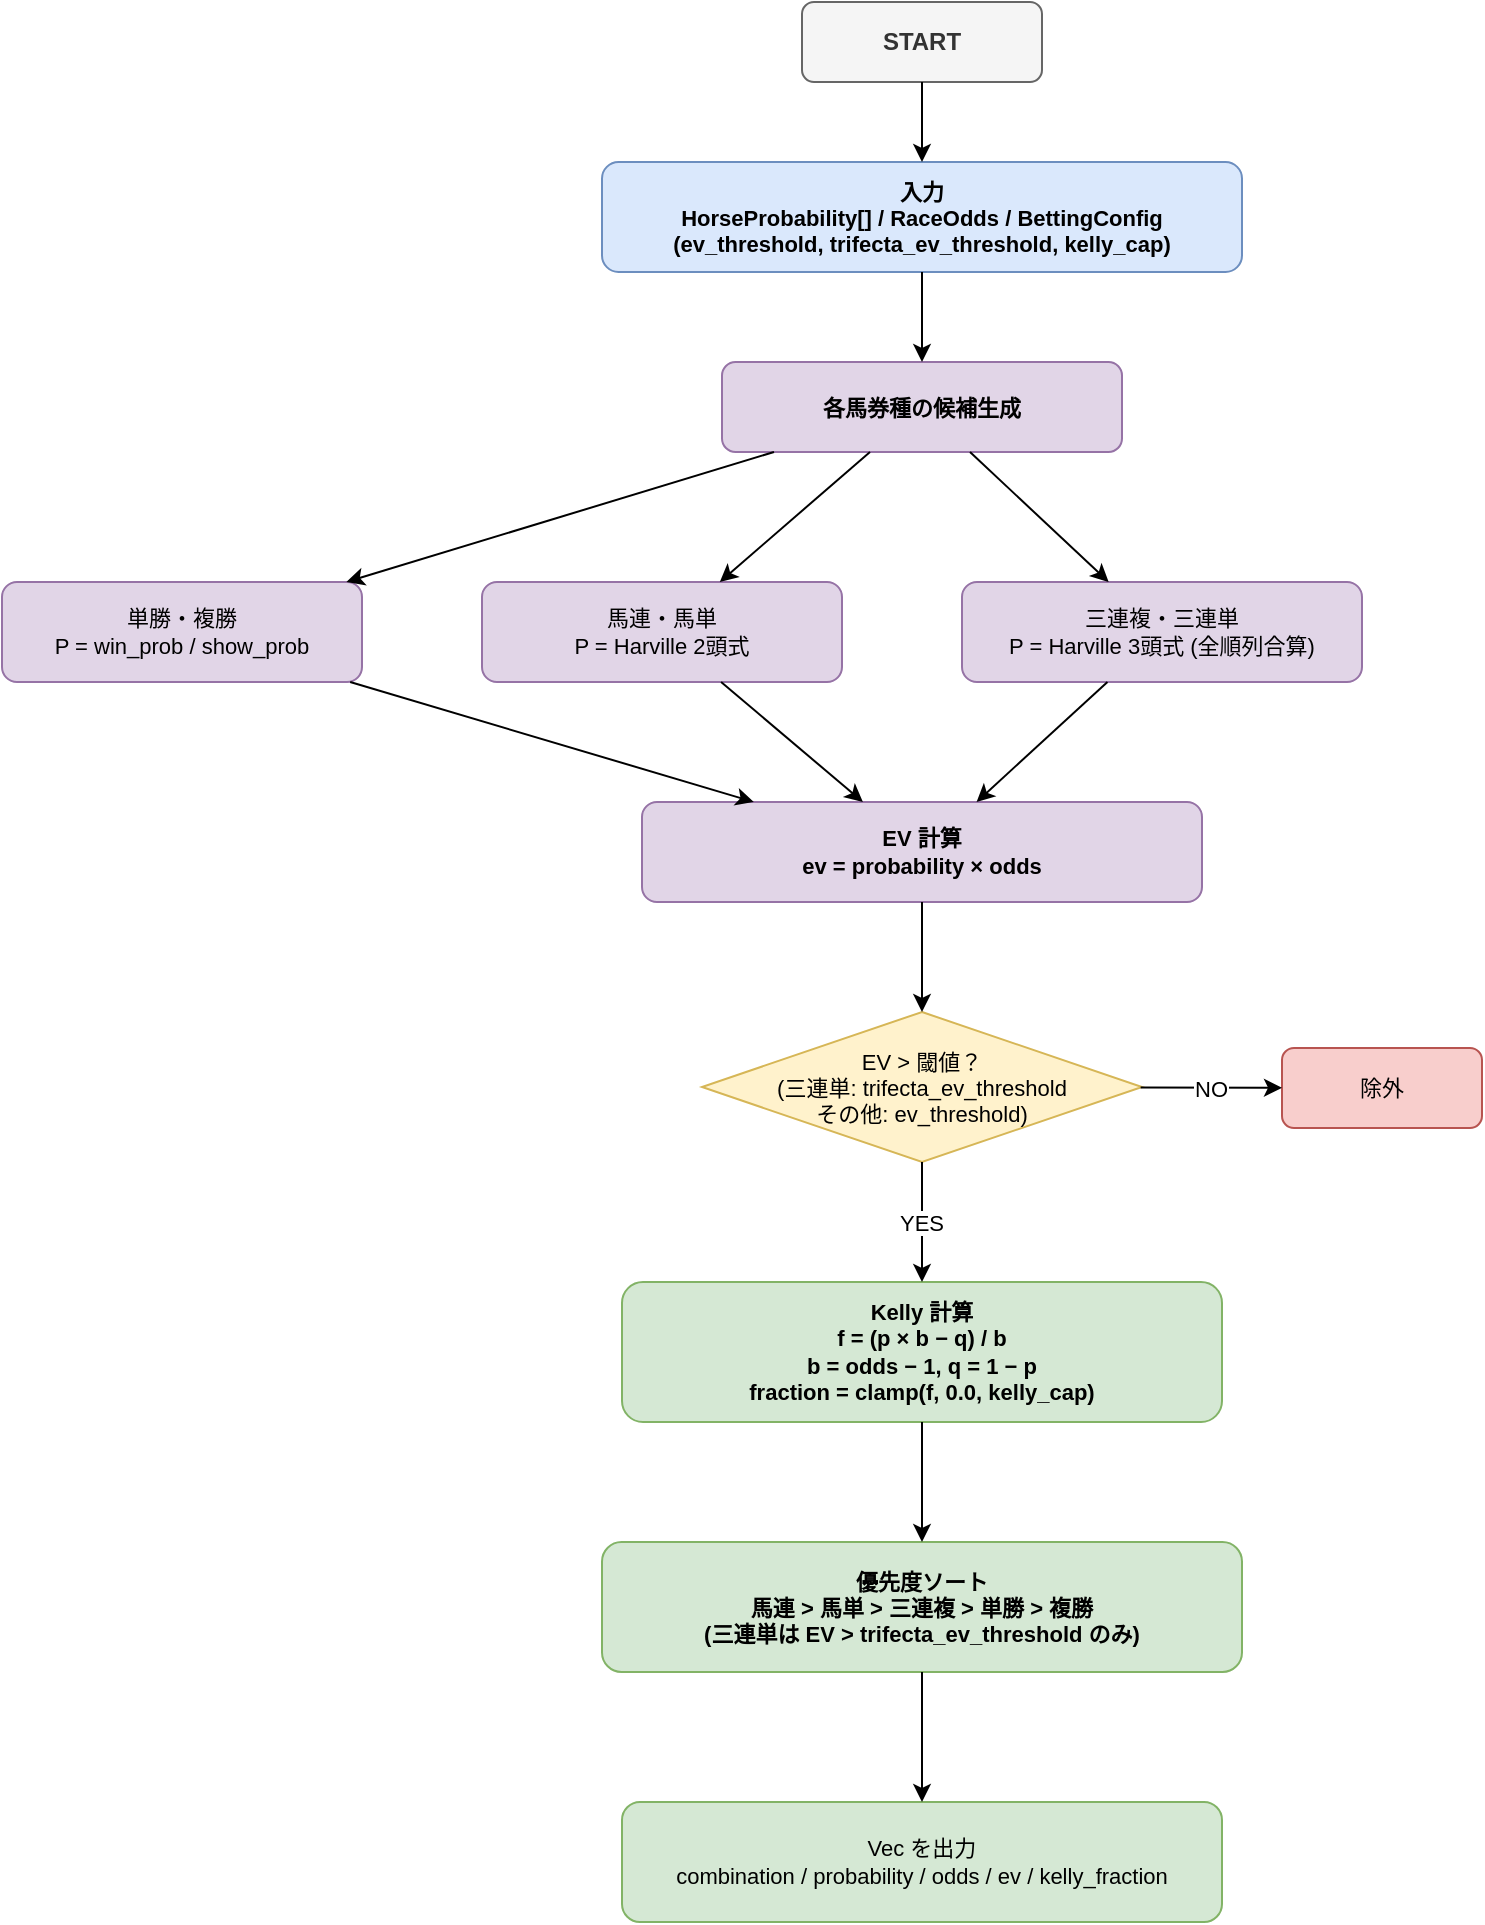
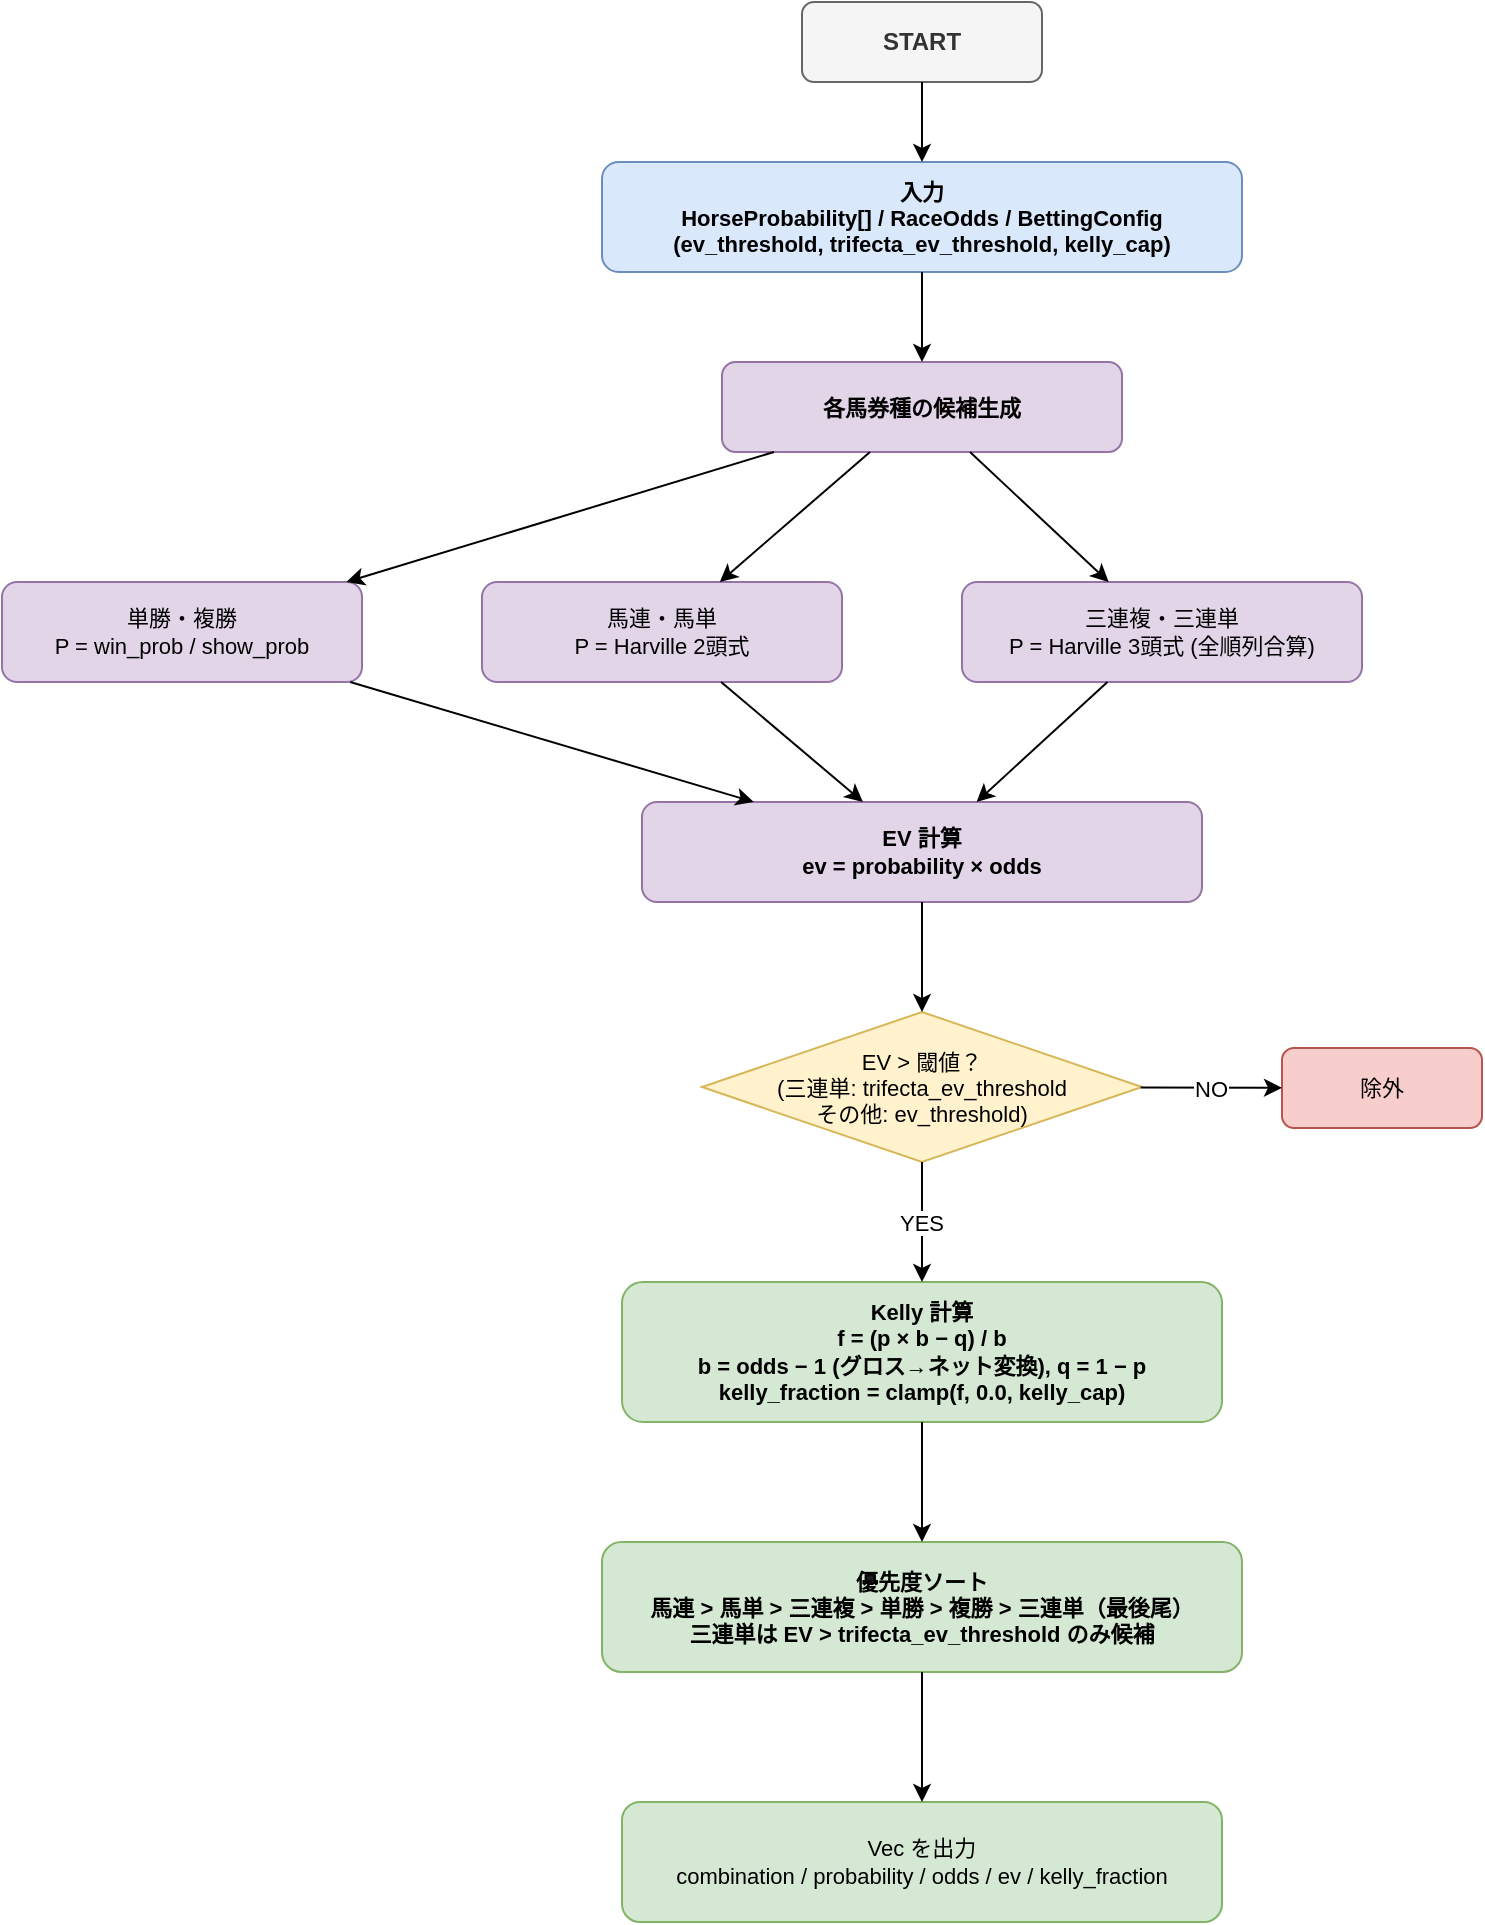
<mxfile host="app.diagrams.net" modified="2026-06-04T00:00:00.000Z" agent="Claude" version="21.0.0">
  <diagram name="期待値・Kelly配分フロー" id="ev-kelly-flow">
    <mxGraphModel dx="1422" dy="762" grid="1" gridSize="10" guides="1" tooltips="1" connect="1" arrows="1" fold="1" page="1" pageScale="1" pageWidth="1169" pageHeight="1100" math="0" shadow="0">
      <root>
        <mxCell id="0" />
        <mxCell id="1" parent="0" />

        <!-- START -->
        <mxCell id="2" value="START" style="rounded=1;whiteSpace=wrap;html=1;fillColor=#f5f5f5;strokeColor=#666666;fontColor=#333333;fontStyle=1;fontSize=12;" vertex="1" parent="1">
          <mxGeometry x="500" y="30" width="120" height="40" as="geometry" />
        </mxCell>

        <!-- 入力 -->
        <mxCell id="3" value="入力&#xa;HorseProbability[] / RaceOdds / BettingConfig&#xa;(ev_threshold, trifecta_ev_threshold, kelly_cap)" style="rounded=1;whiteSpace=wrap;html=1;fillColor=#dae8fc;strokeColor=#6c8ebf;fontStyle=1;fontSize=11;" vertex="1" parent="1">
          <mxGeometry x="400" y="110" width="320" height="55" as="geometry" />
        </mxCell>

        <!-- START → 入力 -->
        <mxCell id="4" edge="1" source="2" target="3" parent="1">
          <mxGeometry relative="1" as="geometry" />
        </mxCell>

        <!-- 各馬券種の候補生成 (並行) -->
        <mxCell id="5" value="各馬券種の候補生成" style="rounded=1;whiteSpace=wrap;html=1;fillColor=#e1d5e7;strokeColor=#9673a6;fontStyle=1;fontSize=11;" vertex="1" parent="1">
          <mxGeometry x="460" y="210" width="200" height="45" as="geometry" />
        </mxCell>

        <!-- 入力 → 候補生成 -->
        <mxCell id="6" edge="1" source="3" target="5" parent="1">
          <mxGeometry relative="1" as="geometry" />
        </mxCell>

        <!-- 単勝/複勝 -->
        <mxCell id="7" value="単勝・複勝&#xa;P = win_prob / show_prob" style="rounded=1;whiteSpace=wrap;html=1;fillColor=#e1d5e7;strokeColor=#9673a6;fontSize=11;" vertex="1" parent="1">
          <mxGeometry x="100" y="320" width="180" height="50" as="geometry" />
        </mxCell>

        <!-- 馬連・馬単 -->
        <mxCell id="8" value="馬連・馬単&#xa;P = Harville 2頭式" style="rounded=1;whiteSpace=wrap;html=1;fillColor=#e1d5e7;strokeColor=#9673a6;fontSize=11;" vertex="1" parent="1">
          <mxGeometry x="340" y="320" width="180" height="50" as="geometry" />
        </mxCell>

        <!-- 三連複・三連単 -->
        <mxCell id="9" value="三連複・三連単&#xa;P = Harville 3頭式 (全順列合算)" style="rounded=1;whiteSpace=wrap;html=1;fillColor=#e1d5e7;strokeColor=#9673a6;fontSize=11;" vertex="1" parent="1">
          <mxGeometry x="580" y="320" width="200" height="50" as="geometry" />
        </mxCell>

        <!-- 候補生成 → 各 -->
        <mxCell id="10" edge="1" source="5" target="7" parent="1">
          <mxGeometry relative="1" as="geometry" />
        </mxCell>
        <mxCell id="11" edge="1" source="5" target="8" parent="1">
          <mxGeometry relative="1" as="geometry" />
        </mxCell>
        <mxCell id="12" edge="1" source="5" target="9" parent="1">
          <mxGeometry relative="1" as="geometry" />
        </mxCell>

        <!-- EV計算 -->
        <mxCell id="13" value="EV 計算&#xa;ev = probability × odds" style="rounded=1;whiteSpace=wrap;html=1;fillColor=#e1d5e7;strokeColor=#9673a6;fontStyle=1;fontSize=11;" vertex="1" parent="1">
          <mxGeometry x="420" y="430" width="280" height="50" as="geometry" />
        </mxCell>

        <!-- 各 → EV計算 -->
        <mxCell id="14" edge="1" source="7" target="13" parent="1">
          <mxGeometry relative="1" as="geometry" />
        </mxCell>
        <mxCell id="15" edge="1" source="8" target="13" parent="1">
          <mxGeometry relative="1" as="geometry" />
        </mxCell>
        <mxCell id="16" edge="1" source="9" target="13" parent="1">
          <mxGeometry relative="1" as="geometry" />
        </mxCell>

        <!-- EV閾値判定 -->
        <mxCell id="17" value="EV &gt; 閾値？&#xa;(三連単: trifecta_ev_threshold&#xa; その他: ev_threshold)" style="rhombus;whiteSpace=wrap;html=1;fillColor=#fff2cc;strokeColor=#d6b656;fontSize=11;" vertex="1" parent="1">
          <mxGeometry x="450" y="535" width="220" height="75" as="geometry" />
        </mxCell>

        <!-- EV計算 → 判定 -->
        <mxCell id="18" edge="1" source="13" target="17" parent="1">
          <mxGeometry relative="1" as="geometry" />
        </mxCell>

        <!-- NO → 除外 -->
        <mxCell id="19" value="除外" style="rounded=1;whiteSpace=wrap;html=1;fillColor=#f8cecc;strokeColor=#b85450;fontSize=11;" vertex="1" parent="1">
          <mxGeometry x="740" y="553" width="100" height="40" as="geometry" />
        </mxCell>

        <mxCell id="20" value="NO" edge="1" source="17" target="19" parent="1">
          <mxGeometry relative="1" as="geometry" />
        </mxCell>

        <!-- Kelly計算 -->
-         <mxCell id="21" value="Kelly 計算&#xa;f = (p × b − q) / b&#xa;b = odds − 1, q = 1 − p&#xa;fraction = clamp(f, 0.0, kelly_cap)" style="rounded=1;whiteSpace=wrap;html=1;fillColor=#d5e8d4;strokeColor=#82b366;fontStyle=1;fontSize=11;" vertex="1" parent="1">
+         <mxCell id="21" value="Kelly 計算&#xa;f = (p × b − q) / b&#xa;b = odds − 1 (グロス→ネット変換), q = 1 − p&#xa;kelly_fraction = clamp(f, 0.0, kelly_cap)" style="rounded=1;whiteSpace=wrap;html=1;fillColor=#d5e8d4;strokeColor=#82b366;fontStyle=1;fontSize=11;" vertex="1" parent="1">
          <mxGeometry x="410" y="670" width="300" height="70" as="geometry" />
        </mxCell>

        <mxCell id="22" value="YES" edge="1" source="17" target="21" parent="1">
          <mxGeometry relative="1" as="geometry" />
        </mxCell>

        <!-- 優先度ソート -->
-         <mxCell id="23" value="優先度ソート&#xa;馬連 &gt; 馬単 &gt; 三連複 &gt; 単勝 &gt; 複勝&#xa;(三連単は EV &gt; trifecta_ev_threshold のみ)" style="rounded=1;whiteSpace=wrap;html=1;fillColor=#d5e8d4;strokeColor=#82b366;fontStyle=1;fontSize=11;" vertex="1" parent="1">
+         <mxCell id="23" value="優先度ソート&#xa;馬連 &gt; 馬単 &gt; 三連複 &gt; 単勝 &gt; 複勝 &gt; 三連単（最後尾）&#xa;三連単は EV &gt; trifecta_ev_threshold のみ候補" style="rounded=1;whiteSpace=wrap;html=1;fillColor=#d5e8d4;strokeColor=#82b366;fontStyle=1;fontSize=11;" vertex="1" parent="1">
          <mxGeometry x="400" y="800" width="320" height="65" as="geometry" />
        </mxCell>

        <!-- Kelly → ソート -->
        <mxCell id="24" edge="1" source="21" target="23" parent="1">
          <mxGeometry relative="1" as="geometry" />
        </mxCell>

        <!-- 出力 -->
        <mxCell id="25" value="Vec&lt;BettingRecommendation&gt; を出力&#xa;combination / probability / odds / ev / kelly_fraction" style="rounded=1;whiteSpace=wrap;html=1;fillColor=#d5e8d4;strokeColor=#82b366;fontSize=11;" vertex="1" parent="1">
          <mxGeometry x="410" y="930" width="300" height="60" as="geometry" />
        </mxCell>

        <!-- ソート → 出力 -->
        <mxCell id="26" edge="1" source="23" target="25" parent="1">
          <mxGeometry relative="1" as="geometry" />
        </mxCell>
      </root>
    </mxGraphModel>
  </diagram>
</mxfile>
